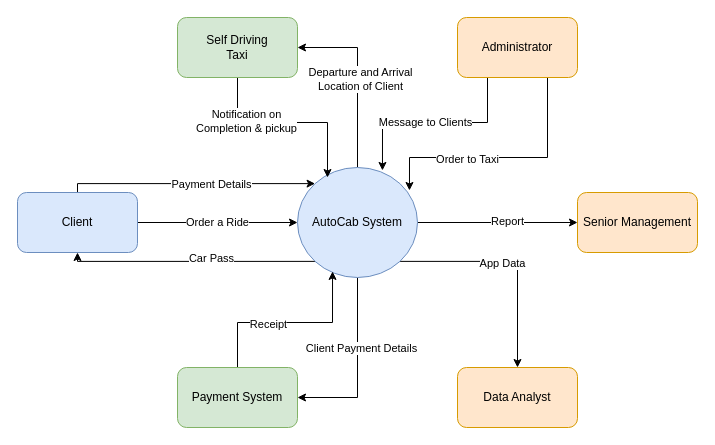
The draw.io diagram software_architecture/assignments/ressources/context_diagram.drawio in yayolande/ict-university-classes, before the edit. Source tidied: cells renumbered, new cells numbered last; positions are measured from the earlier drawing's top-left corner, leaving out a move shared by most shapes. Both pictures are drawn from the tidied source at 100%, with x=0, y=0 at pixel (17, 17).
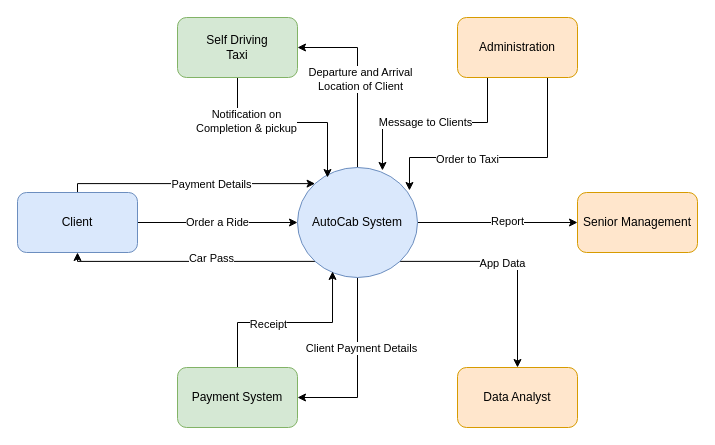
The same page after the edit.

Commit message (it also covers changes not shown here):
Fix typo in Context Diagram drawing

Change to the diagram source:
```diff
@@
-    <mxCell id="24" value="&lt;div&gt;Administrator&lt;/div&gt;" style="rounded=1;whiteSpace=wrap;html=1;fillColor=#ffe6cc;strokeColor=#d79b00;" parent="1" vertex="1">
+    <mxCell id="24" value="&lt;div&gt;Administration&lt;/div&gt;" style="rounded=1;whiteSpace=wrap;html=1;fillColor=#ffe6cc;strokeColor=#d79b00;" parent="1" vertex="1">
       <mxGeometry x="440" width="120" height="60" as="geometry" />
     </mxCell>
```
